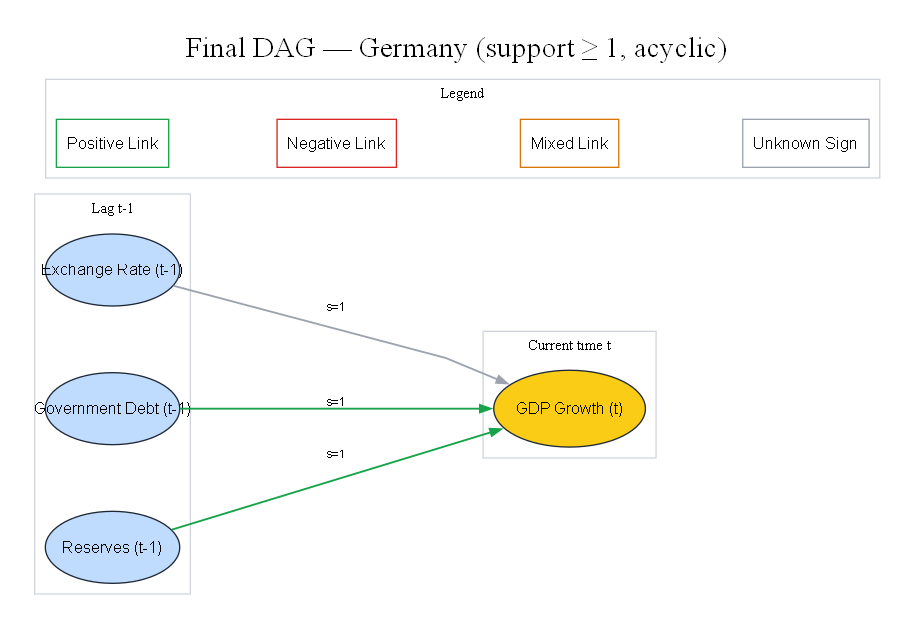
The Graphviz diagram reports/figures/phase3E_dag/Germany/dag_final_Germany.png in biabakuya/causal-ml-macroeconomic-analysis, before a commit. Its source is kept beside it as reports/figures/phase3E_dag/Germany/dag_final_Germany.dot.
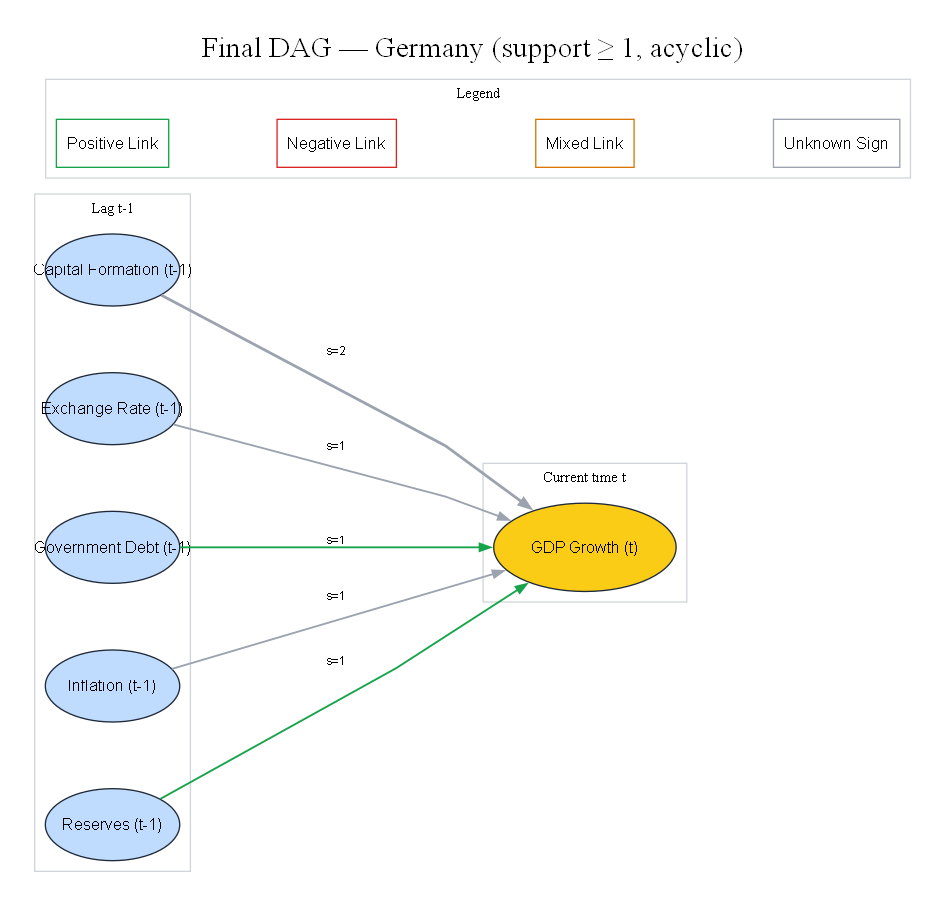
After the change.

Diff of the diagram source:
```diff
@@ -6,18 +6,22 @@
 	subgraph cluster_t1 {
 		color="#d1d5db" fontsize=11 label="Lag t-1"
 		rank=same
+		"Capital_Formation__t-1" [label="Capital Formation (t-1)" fillcolor="#bfdbfe" fixedsize=true fontcolor=black height=0.75 width=1.4]
 		"Exchange_Rate__t-1" [label="Exchange Rate (t-1)" fillcolor="#bfdbfe" fixedsize=true fontcolor=black height=0.75 width=1.4]
 		"Government_Debt__t-1" [label="Government Debt (t-1)" fillcolor="#bfdbfe" fixedsize=true fontcolor=black height=0.75 width=1.4]
+		"Inflation__t-1" [label="Inflation (t-1)" fillcolor="#bfdbfe" fixedsize=true fontcolor=black height=0.75 width=1.4]
 		"Reserves__t-1" [label="Reserves (t-1)" fillcolor="#bfdbfe" fixedsize=true fontcolor=black height=0.75 width=1.4]
 	}
 	subgraph cluster_t {
 		color="#d1d5db" fontsize=11 label="Current time t"
 		rank=same
-		GDP_Growth__t [label="GDP Growth (t)" fillcolor="#facc15" fixedsize=true fontcolor=black height=0.8 width=1.58]
+		GDP_Growth__t [label="GDP Growth (t)" fillcolor="#facc15" fixedsize=true fontcolor=black height=0.9199999999999999 width=1.9000000000000001]
 	}
+	"Capital_Formation__t-1" -> GDP_Growth__t [label="s=2" color="#9ca3af" minlen=2 penwidth=2.0999999999999996]
 	"Reserves__t-1" -> GDP_Growth__t [label="s=1" color="#16a34a" minlen=2 penwidth=1.4]
 	"Government_Debt__t-1" -> GDP_Growth__t [label="s=1" color="#16a34a" minlen=2 penwidth=1.4]
 	"Exchange_Rate__t-1" -> GDP_Growth__t [label="s=1" color="#9ca3af" minlen=2 penwidth=1.4]
+	"Inflation__t-1" -> GDP_Growth__t [label="s=1" color="#9ca3af" minlen=2 penwidth=1.4]
 	subgraph cluster_legend {
 		color="#d1d5db" fontsize=11 label=Legend
 		Lpos [label="Positive Link" color="#16a34a" fillcolor=white shape=box style=filled]
```
